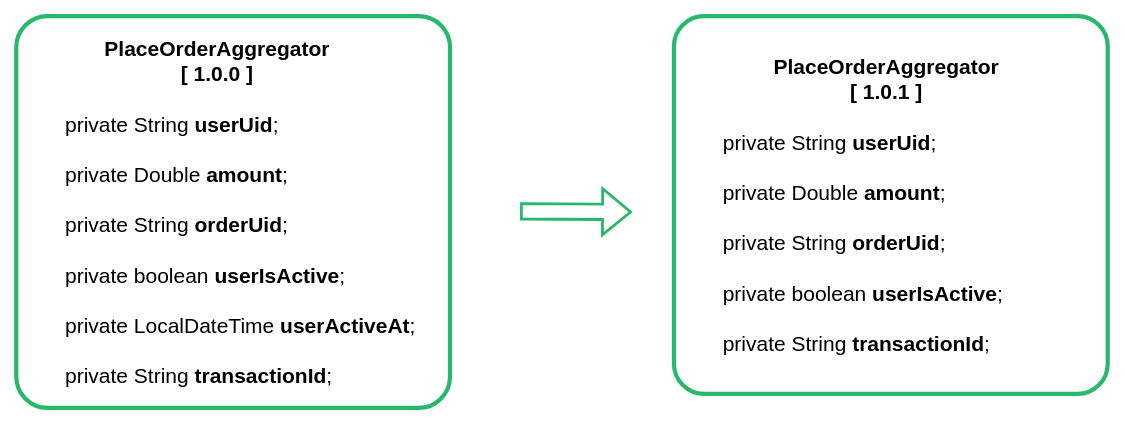
The draw.io diagram src/asciidoc/resources/img/Architecture-Stacksaga-aggregator-version-down-casting.drawio.svg in mafei-dev/stacksaga-adoc, before a commit. Source tidied: cells renumbered, new cells last; positions are measured from the earlier drawing's top-left corner, leaving out a move shared by most shapes. Source of this version:
```xml
<mxGraphModel>
  <root>
    <mxCell id="0" />
    <mxCell id="1" parent="0" />
    <mxCell id="2" value="&lt;div style=&quot;text-align: center;&quot;&gt;&lt;span style=&quot;font-size: 15px;&quot;&gt;&lt;b&gt;&lt;span style=&quot;white-space: pre;&quot;&gt;&#9;&lt;/span&gt;&lt;span style=&quot;white-space: pre;&quot;&gt;&#9;&lt;/span&gt;PlaceOrderAggregator&lt;/b&gt;&lt;/span&gt;&lt;br&gt;&lt;/div&gt;&lt;div style=&quot;text-align: center;&quot;&gt;&lt;b style=&quot;font-size: 15px;&quot;&gt;&lt;span style=&quot;white-space: pre;&quot;&gt;&#9;&lt;/span&gt;&lt;span style=&quot;white-space: pre;&quot;&gt;&#9;&lt;/span&gt;[ 1.0.1 ]&lt;/b&gt;&lt;br&gt;&lt;/div&gt;&lt;div style=&quot;font-size: 15px;&quot;&gt;&lt;br&gt;&lt;/div&gt;&lt;div style=&quot;font-size: 15px;&quot;&gt;&lt;font style=&quot;font-size: 15px;&quot;&gt;&lt;span style=&quot;&quot;&gt;&#9;&lt;/span&gt;&lt;span style=&quot;&quot;&gt;&#9;&lt;/span&gt;&lt;span style=&quot;&quot;&gt;&#9;&lt;/span&gt;&lt;span style=&quot;white-space: pre;&quot;&gt;&#9;&lt;/span&gt;private String &lt;b&gt;userUid&lt;/b&gt;;&lt;/font&gt;&lt;/div&gt;&lt;div style=&quot;font-size: 15px;&quot;&gt;&lt;font style=&quot;font-size: 15px;&quot;&gt;&lt;br&gt;&lt;/font&gt;&lt;/div&gt;&lt;div style=&quot;font-size: 15px;&quot;&gt;&lt;font style=&quot;font-size: 15px;&quot;&gt;&amp;nbsp; &amp;nbsp; &amp;nbsp; &amp;nbsp; private Double &lt;b&gt;amount&lt;/b&gt;;&lt;/font&gt;&lt;/div&gt;&lt;div style=&quot;font-size: 15px;&quot;&gt;&lt;font style=&quot;font-size: 15px;&quot;&gt;&lt;br&gt;&lt;/font&gt;&lt;/div&gt;&lt;div style=&quot;font-size: 15px;&quot;&gt;&lt;font style=&quot;font-size: 15px;&quot;&gt;&amp;nbsp; &amp;nbsp; &amp;nbsp; &amp;nbsp; private String &lt;b&gt;orderUid&lt;/b&gt;;&lt;/font&gt;&lt;/div&gt;&lt;div style=&quot;font-size: 15px;&quot;&gt;&lt;font style=&quot;font-size: 15px;&quot;&gt;&lt;br&gt;&lt;/font&gt;&lt;/div&gt;&lt;div style=&quot;font-size: 15px;&quot;&gt;&lt;font style=&quot;font-size: 15px;&quot;&gt;&amp;nbsp; &amp;nbsp; &amp;nbsp; &amp;nbsp; private boolean &lt;b&gt;userIsActive&lt;/b&gt;;&lt;/font&gt;&lt;/div&gt;&lt;div style=&quot;font-size: 15px;&quot;&gt;&lt;br&gt;&lt;/div&gt;&lt;div style=&quot;font-size: 15px;&quot;&gt;&lt;font style=&quot;font-size: 15px;&quot;&gt;&amp;nbsp; &amp;nbsp; &amp;nbsp; &amp;nbsp; private String &lt;b&gt;transactionId&lt;/b&gt;;&lt;/font&gt;&lt;/div&gt;" style="rounded=1;whiteSpace=wrap;html=1;align=left;arcSize=8;strokeColor=#28B86C;strokeWidth=3;" parent="1" vertex="1">
      <mxGeometry x="470" width="310" height="270" as="geometry" />
    </mxCell>
    <mxCell id="3" value="&lt;div style=&quot;text-align: center;&quot;&gt;&lt;span style=&quot;font-size: 15px;&quot;&gt;&lt;b&gt;PlaceOrderAggregator&lt;/b&gt;&lt;/span&gt;&lt;br&gt;&lt;/div&gt;&lt;div style=&quot;text-align: center;&quot;&gt;&lt;b style=&quot;font-size: 15px;&quot;&gt;[ 1.0.0 ]&lt;/b&gt;&lt;br&gt;&lt;/div&gt;&lt;div style=&quot;font-size: 15px;&quot;&gt;&lt;br&gt;&lt;/div&gt;&lt;div style=&quot;font-size: 15px;&quot;&gt;&lt;font style=&quot;font-size: 15px;&quot;&gt;&lt;span style=&quot;&quot;&gt;&#9;&lt;/span&gt;&lt;span style=&quot;&quot;&gt;&#9;&lt;/span&gt;&lt;span style=&quot;white-space: pre;&quot;&gt;&#9;&lt;/span&gt;private String &lt;b&gt;userUid&lt;/b&gt;;&lt;/font&gt;&lt;/div&gt;&lt;div style=&quot;font-size: 15px;&quot;&gt;&lt;font style=&quot;font-size: 15px;&quot;&gt;&lt;br&gt;&lt;/font&gt;&lt;/div&gt;&lt;div style=&quot;font-size: 15px;&quot;&gt;&lt;font style=&quot;font-size: 15px;&quot;&gt;&amp;nbsp; &amp;nbsp; &amp;nbsp; &amp;nbsp; private Double &lt;b&gt;amount&lt;/b&gt;;&lt;/font&gt;&lt;/div&gt;&lt;div style=&quot;font-size: 15px;&quot;&gt;&lt;font style=&quot;font-size: 15px;&quot;&gt;&lt;br&gt;&lt;/font&gt;&lt;/div&gt;&lt;div style=&quot;font-size: 15px;&quot;&gt;&lt;font style=&quot;font-size: 15px;&quot;&gt;&amp;nbsp; &amp;nbsp; &amp;nbsp; &amp;nbsp; private String &lt;b&gt;orderUid&lt;/b&gt;;&lt;/font&gt;&lt;/div&gt;&lt;div style=&quot;font-size: 15px;&quot;&gt;&lt;font style=&quot;font-size: 15px;&quot;&gt;&lt;br&gt;&lt;/font&gt;&lt;/div&gt;&lt;div style=&quot;font-size: 15px;&quot;&gt;&lt;font style=&quot;font-size: 15px;&quot;&gt;&amp;nbsp; &amp;nbsp; &amp;nbsp; &amp;nbsp; private boolean &lt;b&gt;userIsActive&lt;/b&gt;;&lt;/font&gt;&lt;/div&gt;&lt;div style=&quot;font-size: 15px;&quot;&gt;&lt;font style=&quot;font-size: 15px;&quot;&gt;&lt;br&gt;&lt;/font&gt;&lt;/div&gt;&lt;div style=&quot;font-size: 15px;&quot;&gt;&lt;font style=&quot;font-size: 15px;&quot;&gt;&amp;nbsp; &amp;nbsp; &amp;nbsp; &amp;nbsp; private LocalDateTime &lt;b&gt;userActiveAt&lt;/b&gt;;&lt;/font&gt;&lt;/div&gt;&lt;div style=&quot;font-size: 15px;&quot;&gt;&lt;font style=&quot;font-size: 15px;&quot;&gt;&lt;br&gt;&lt;/font&gt;&lt;/div&gt;&lt;div style=&quot;font-size: 15px;&quot;&gt;&lt;font style=&quot;font-size: 15px;&quot;&gt;&amp;nbsp; &amp;nbsp; &amp;nbsp; &amp;nbsp; private String &lt;b&gt;transactionId&lt;/b&gt;;&lt;/font&gt;&lt;/div&gt;" style="rounded=1;whiteSpace=wrap;html=1;align=left;arcSize=8;strokeColor=#28B86C;strokeWidth=3;" parent="1" vertex="1">
      <mxGeometry width="310" height="280" as="geometry" />
    </mxCell>
    <mxCell id="4" style="shape=flexArrow;endArrow=classic;html=1;rounded=0;fontSize=15;fontColor=#00FF00;strokeWidth=2;strokeColor=#28B86C;" parent="1" edge="1">
      <mxGeometry relative="1" as="geometry">
        <mxPoint x="360" y="139.5" as="sourcePoint" />
        <mxPoint x="440" y="140" as="targetPoint" />
      </mxGeometry>
    </mxCell>
  </root>
</mxGraphModel>
```
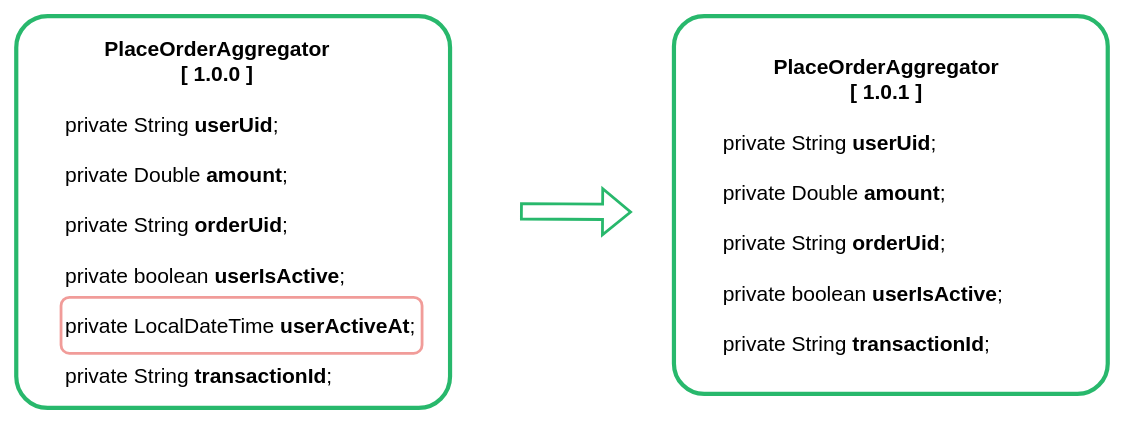
Above is the later version.

The edit, as a diff of the source:
```diff
@@ -14,5 +14,8 @@
         <mxPoint x="440" y="140" as="targetPoint" />
       </mxGeometry>
     </mxCell>
+    <mxCell id="5" style="rounded=1;whiteSpace=wrap;html=1;strokeColor=#F19C99;fillColor=none;strokeWidth=2;" parent="1" vertex="1">
+      <mxGeometry x="32" y="201" width="258" height="40" as="geometry" />
+    </mxCell>
   </root>
 </mxGraphModel>
```
